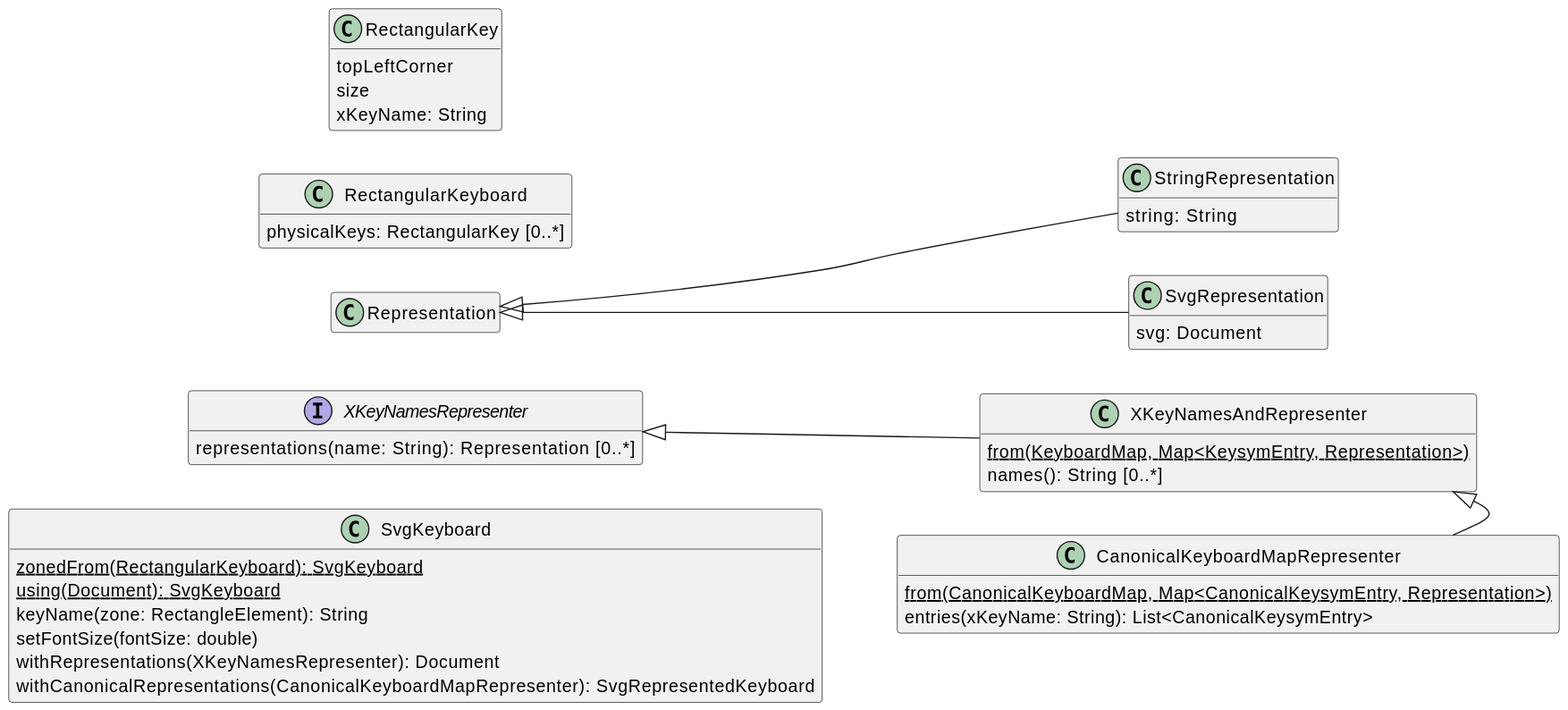
Before: Representable.svg, a diagram exported from PlantUML (oliviercailloux/Keyboardd).
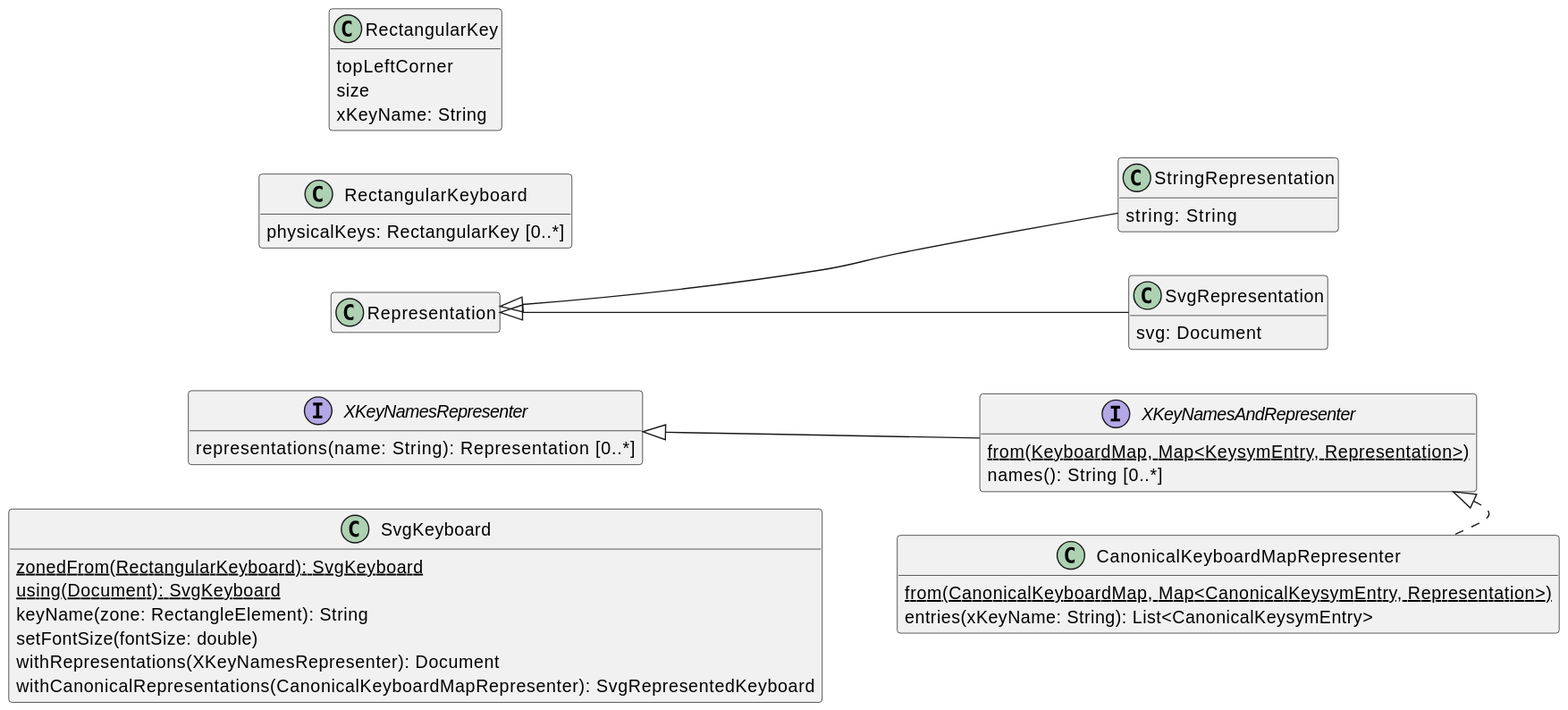
After the commit.

What changed in the source:
```diff
@@ -17,7 +17,7 @@
   representations(name: String): Representation [0..*]
 }
 
-class "XKeyNamesAndRepresenter" {
+interface "XKeyNamesAndRepresenter" {
   {static} from(KeyboardMap, Map<KeysymEntry, Representation>)
   names(): String [0..*]
 }
@@ -27,7 +27,7 @@
   {static} from(CanonicalKeyboardMap, Map<CanonicalKeysymEntry, Representation>)
   entries(xKeyName: String): List<CanonicalKeysymEntry>
 }
-"XKeyNamesAndRepresenter" <|-- "CanonicalKeyboardMapRepresenter"
+"XKeyNamesAndRepresenter" <|.. "CanonicalKeyboardMapRepresenter"
 
 class "RectangularKey" {
   topLeftCorner
```
